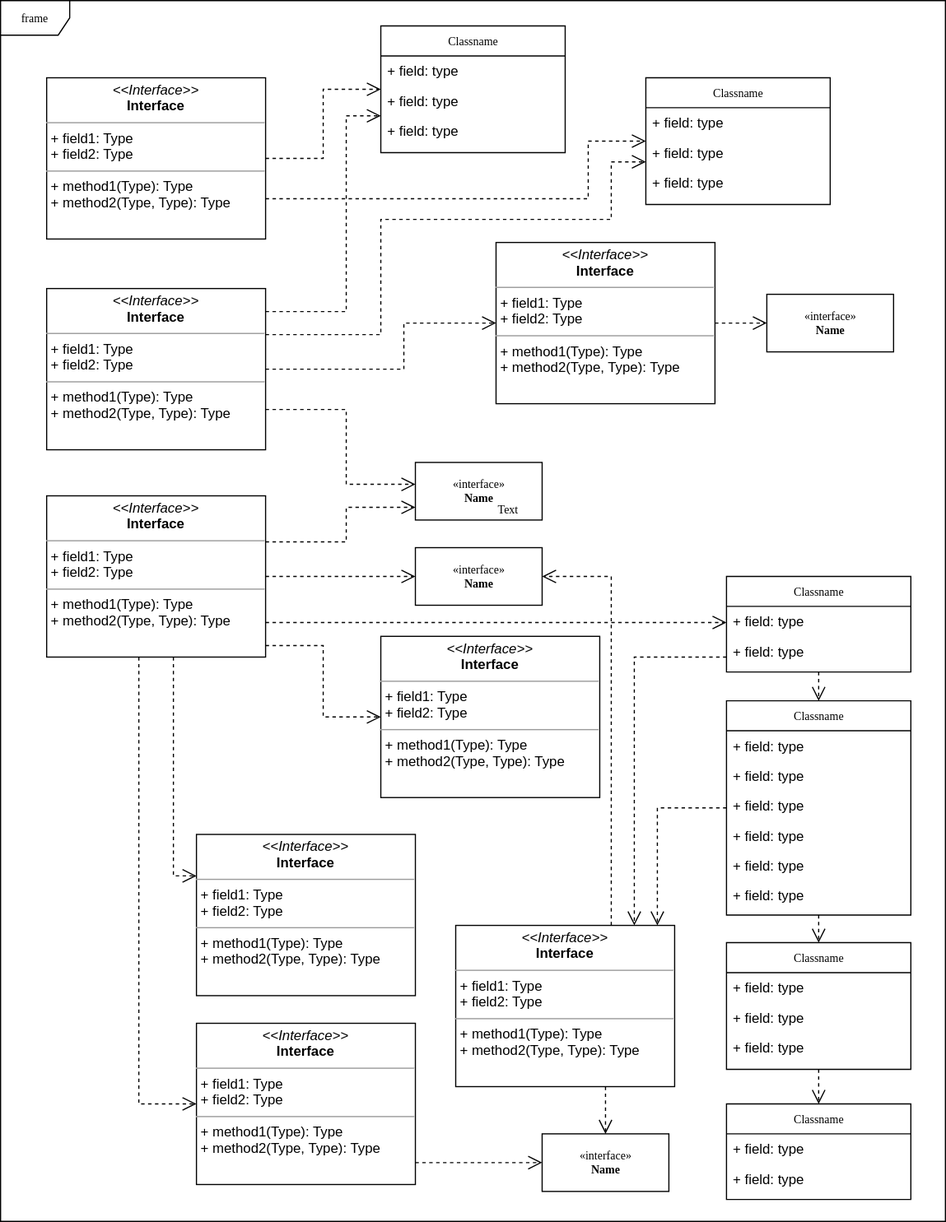
The draw.io diagram Signalkarte.drawio.svg in kk-ari/drawio, before a commit. Source tidied: cells renumbered, new cells last; positions are measured from the earlier drawing's top-left corner, leaving out a move shared by most shapes.
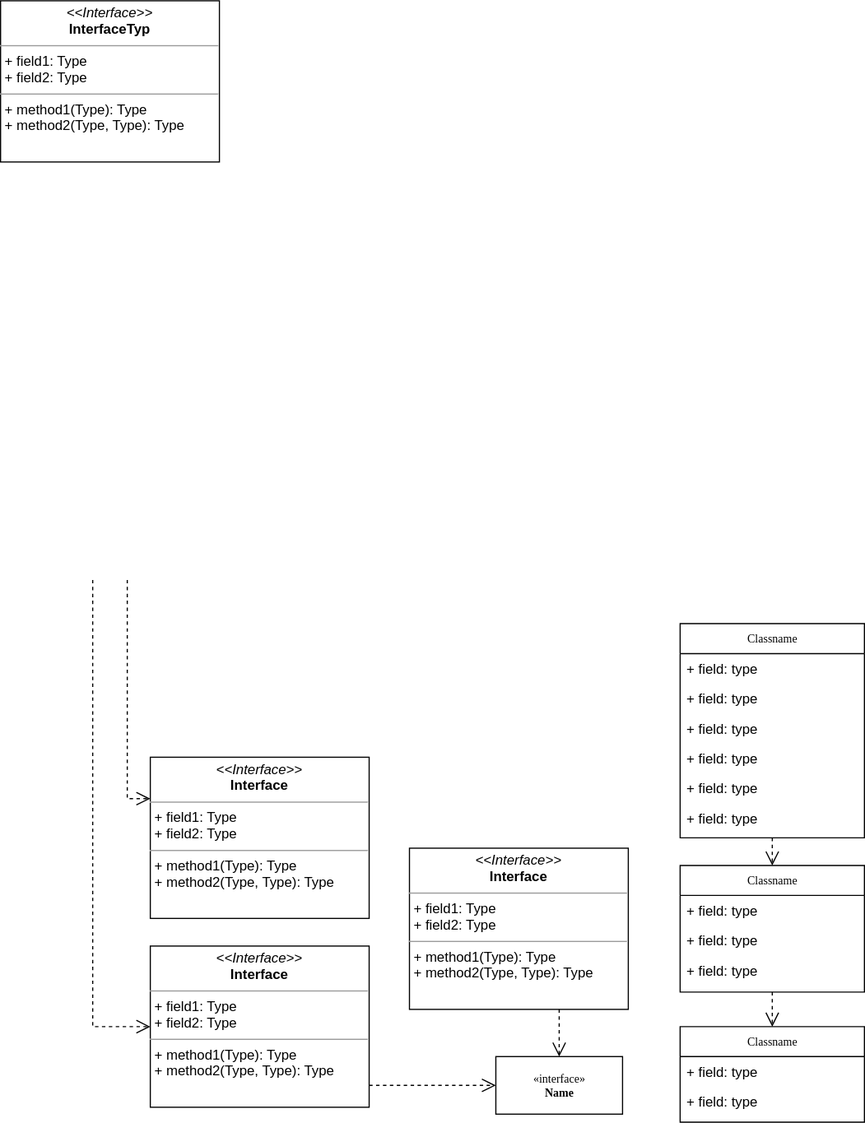
Above is the later version.

Diff of the diagram source:
```diff
@@ -2,16 +2,6 @@
   <root>
     <mxCell id="0" />
     <mxCell id="1" parent="0" />
-    <mxCell id="2" value="frame" style="shape=umlFrame;whiteSpace=wrap;html=1;rounded=0;shadow=0;comic=0;labelBackgroundColor=none;strokeWidth=1;fontFamily=Verdana;fontSize=10;align=center;" parent="1" vertex="1">
-      <mxGeometry width="820" height="1060" as="geometry" />
-    </mxCell>
-    <mxCell id="3" style="edgeStyle=orthogonalEdgeStyle;rounded=0;html=1;dashed=1;labelBackgroundColor=none;startFill=0;endArrow=open;endFill=0;endSize=10;fontFamily=Verdana;fontSize=10;" parent="1" edge="1" source="5" target="35">
-      <mxGeometry relative="1" as="geometry">
-        <Array as="points">
-          <mxPoint x="570" y="701" />
-        </Array>
-      </mxGeometry>
-    </mxCell>
     <mxCell id="4" style="edgeStyle=orthogonalEdgeStyle;rounded=0;html=1;dashed=1;labelBackgroundColor=none;startFill=0;endArrow=open;endFill=0;endSize=10;fontFamily=Verdana;fontSize=10;" parent="1" edge="1" source="5" target="24">
       <mxGeometry relative="1" as="geometry" />
     </mxCell>
@@ -36,30 +26,6 @@
     <mxCell id="11" value="+ field: type" style="text;html=1;strokeColor=none;fillColor=none;align=left;verticalAlign=top;spacingLeft=4;spacingRight=4;whiteSpace=wrap;overflow=hidden;" parent="5" vertex="1">
       <mxGeometry y="156" width="160" height="26" as="geometry" />
     </mxCell>
-    <mxCell id="12" value="Classname" style="swimlane;html=1;fontStyle=0;horizontal=1;startSize=26;fillColor=none;swimlaneFillColor=#ffffff;rounded=0;shadow=0;comic=0;labelBackgroundColor=none;strokeWidth=1;fontFamily=Verdana;fontSize=10;align=center;" parent="1" vertex="1">
-      <mxGeometry x="330" y="22" width="160" height="110" as="geometry" />
-    </mxCell>
-    <mxCell id="13" value="+ field: type" style="text;html=1;strokeColor=none;fillColor=none;align=left;verticalAlign=top;spacingLeft=4;spacingRight=4;whiteSpace=wrap;overflow=hidden;" parent="12" vertex="1">
-      <mxGeometry y="26" width="160" height="26" as="geometry" />
-    </mxCell>
-    <mxCell id="14" value="+ field: type" style="text;html=1;strokeColor=none;fillColor=none;align=left;verticalAlign=top;spacingLeft=4;spacingRight=4;whiteSpace=wrap;overflow=hidden;" parent="12" vertex="1">
-      <mxGeometry y="52" width="160" height="26" as="geometry" />
-    </mxCell>
-    <mxCell id="15" value="+ field: type" style="text;html=1;strokeColor=none;fillColor=none;align=left;verticalAlign=top;spacingLeft=4;spacingRight=4;whiteSpace=wrap;overflow=hidden;" parent="12" vertex="1">
-      <mxGeometry y="78" width="160" height="26" as="geometry" />
-    </mxCell>
-    <mxCell id="16" value="Classname" style="swimlane;html=1;fontStyle=0;horizontal=1;startSize=26;fillColor=none;swimlaneFillColor=#ffffff;rounded=0;shadow=0;comic=0;labelBackgroundColor=none;strokeWidth=1;fontFamily=Verdana;fontSize=10;align=center;" parent="1" vertex="1">
-      <mxGeometry x="560" y="67" width="160" height="110" as="geometry" />
-    </mxCell>
-    <mxCell id="17" value="+ field: type" style="text;html=1;strokeColor=none;fillColor=none;align=left;verticalAlign=top;spacingLeft=4;spacingRight=4;whiteSpace=wrap;overflow=hidden;" parent="16" vertex="1">
-      <mxGeometry y="26" width="160" height="26" as="geometry" />
-    </mxCell>
-    <mxCell id="18" value="+ field: type" style="text;html=1;strokeColor=none;fillColor=none;align=left;verticalAlign=top;spacingLeft=4;spacingRight=4;whiteSpace=wrap;overflow=hidden;" parent="16" vertex="1">
-      <mxGeometry y="52" width="160" height="26" as="geometry" />
-    </mxCell>
-    <mxCell id="19" value="+ field: type" style="text;html=1;strokeColor=none;fillColor=none;align=left;verticalAlign=top;spacingLeft=4;spacingRight=4;whiteSpace=wrap;overflow=hidden;" parent="16" vertex="1">
-      <mxGeometry y="78" width="160" height="26" as="geometry" />
-    </mxCell>
     <mxCell id="20" value="Classname" style="swimlane;html=1;fontStyle=0;horizontal=1;startSize=26;fillColor=none;swimlaneFillColor=#ffffff;rounded=0;shadow=0;comic=0;labelBackgroundColor=none;strokeWidth=1;fontFamily=Verdana;fontSize=10;align=center;" parent="1" vertex="1">
       <mxGeometry x="630" y="958" width="160" height="83" as="geometry" />
     </mxCell>
@@ -84,18 +50,6 @@
     <mxCell id="27" value="+ field: type" style="text;html=1;strokeColor=none;fillColor=none;align=left;verticalAlign=top;spacingLeft=4;spacingRight=4;whiteSpace=wrap;overflow=hidden;" parent="24" vertex="1">
       <mxGeometry y="78" width="160" height="26" as="geometry" />
     </mxCell>
-    <mxCell id="28" style="edgeStyle=orthogonalEdgeStyle;rounded=0;html=1;dashed=1;labelBackgroundColor=none;startFill=0;endArrow=open;endFill=0;endSize=10;fontFamily=Verdana;fontSize=10;" parent="1" edge="1" source="29" target="5">
-      <mxGeometry relative="1" as="geometry" />
-    </mxCell>
-    <mxCell id="29" value="Classname" style="swimlane;html=1;fontStyle=0;horizontal=1;startSize=26;fillColor=none;swimlaneFillColor=#ffffff;rounded=0;shadow=0;comic=0;labelBackgroundColor=none;strokeWidth=1;fontFamily=Verdana;fontSize=10;align=center;" parent="1" vertex="1">
-      <mxGeometry x="630" y="500" width="160" height="83" as="geometry" />
-    </mxCell>
-    <mxCell id="30" value="+ field: type" style="text;html=1;strokeColor=none;fillColor=none;align=left;verticalAlign=top;spacingLeft=4;spacingRight=4;whiteSpace=wrap;overflow=hidden;" parent="29" vertex="1">
-      <mxGeometry y="26" width="160" height="26" as="geometry" />
-    </mxCell>
-    <mxCell id="31" value="+ field: type" style="text;html=1;strokeColor=none;fillColor=none;align=left;verticalAlign=top;spacingLeft=4;spacingRight=4;whiteSpace=wrap;overflow=hidden;" parent="29" vertex="1">
-      <mxGeometry y="52" width="160" height="26" as="geometry" />
-    </mxCell>
     <mxCell id="32" value="&amp;laquo;interface&amp;raquo;&lt;br&gt;&lt;b&gt;Name&lt;/b&gt;" style="html=1;rounded=0;shadow=0;comic=0;labelBackgroundColor=none;strokeWidth=1;fontFamily=Verdana;fontSize=10;align=center;" parent="1" vertex="1">
       <mxGeometry x="470" y="984" width="110" height="50" as="geometry" />
     </mxCell>
@@ -107,19 +61,9 @@
         </Array>
       </mxGeometry>
     </mxCell>
-    <mxCell id="34" style="edgeStyle=orthogonalEdgeStyle;rounded=0;html=1;dashed=1;labelBackgroundColor=none;startFill=0;endArrow=open;endFill=0;endSize=10;fontFamily=Verdana;fontSize=10;" parent="1" edge="1" source="35" target="40">
-      <mxGeometry relative="1" as="geometry">
-        <Array as="points">
-          <mxPoint x="530" y="500" />
-        </Array>
-      </mxGeometry>
-    </mxCell>
     <mxCell id="35" value="&lt;p style=&quot;margin:0px;margin-top:4px;text-align:center;&quot;&gt;&lt;i&gt;&amp;lt;&amp;lt;Interface&amp;gt;&amp;gt;&lt;/i&gt;&lt;br/&gt;&lt;b&gt;Interface&lt;/b&gt;&lt;/p&gt;&lt;hr size=&quot;1&quot;/&gt;&lt;p style=&quot;margin:0px;margin-left:4px;&quot;&gt;+ field1: Type&lt;br/&gt;+ field2: Type&lt;/p&gt;&lt;hr size=&quot;1&quot;/&gt;&lt;p style=&quot;margin:0px;margin-left:4px;&quot;&gt;+ method1(Type): Type&lt;br/&gt;+ method2(Type, Type): Type&lt;/p&gt;" style="verticalAlign=top;align=left;overflow=fill;fontSize=12;fontFamily=Helvetica;html=1;rounded=0;shadow=0;comic=0;labelBackgroundColor=none;strokeWidth=1;" parent="1" vertex="1">
       <mxGeometry x="395" y="803" width="190" height="140" as="geometry" />
     </mxCell>
-    <mxCell id="36" value="&lt;p style=&quot;margin:0px;margin-top:4px;text-align:center;&quot;&gt;&lt;i&gt;&amp;lt;&amp;lt;Interface&amp;gt;&amp;gt;&lt;/i&gt;&lt;br/&gt;&lt;b&gt;Interface&lt;/b&gt;&lt;/p&gt;&lt;hr size=&quot;1&quot;/&gt;&lt;p style=&quot;margin:0px;margin-left:4px;&quot;&gt;+ field1: Type&lt;br/&gt;+ field2: Type&lt;/p&gt;&lt;hr size=&quot;1&quot;/&gt;&lt;p style=&quot;margin:0px;margin-left:4px;&quot;&gt;+ method1(Type): Type&lt;br/&gt;+ method2(Type, Type): Type&lt;/p&gt;" style="verticalAlign=top;align=left;overflow=fill;fontSize=12;fontFamily=Helvetica;html=1;rounded=0;shadow=0;comic=0;labelBackgroundColor=none;strokeWidth=1;" parent="1" vertex="1">
-      <mxGeometry x="330" y="552" width="190" height="140" as="geometry" />
-    </mxCell>
     <mxCell id="37" style="edgeStyle=orthogonalEdgeStyle;rounded=0;html=1;dashed=1;labelBackgroundColor=none;startFill=0;endArrow=open;endFill=0;endSize=10;fontFamily=Verdana;fontSize=10;" parent="1" edge="1" source="38" target="32">
       <mxGeometry relative="1" as="geometry">
         <Array as="points">
@@ -134,125 +78,24 @@
     <mxCell id="39" value="&lt;p style=&quot;margin:0px;margin-top:4px;text-align:center;&quot;&gt;&lt;i&gt;&amp;lt;&amp;lt;Interface&amp;gt;&amp;gt;&lt;/i&gt;&lt;br/&gt;&lt;b&gt;Interface&lt;/b&gt;&lt;/p&gt;&lt;hr size=&quot;1&quot;/&gt;&lt;p style=&quot;margin:0px;margin-left:4px;&quot;&gt;+ field1: Type&lt;br/&gt;+ field2: Type&lt;/p&gt;&lt;hr size=&quot;1&quot;/&gt;&lt;p style=&quot;margin:0px;margin-left:4px;&quot;&gt;+ method1(Type): Type&lt;br/&gt;+ method2(Type, Type): Type&lt;/p&gt;" style="verticalAlign=top;align=left;overflow=fill;fontSize=12;fontFamily=Helvetica;html=1;rounded=0;shadow=0;comic=0;labelBackgroundColor=none;strokeWidth=1;" parent="1" vertex="1">
       <mxGeometry x="170" y="724" width="190" height="140" as="geometry" />
     </mxCell>
-    <mxCell id="40" value="&amp;laquo;interface&amp;raquo;&lt;br&gt;&lt;b&gt;Name&lt;/b&gt;" style="html=1;rounded=0;shadow=0;comic=0;labelBackgroundColor=none;strokeWidth=1;fontFamily=Verdana;fontSize=10;align=center;" parent="1" vertex="1">
-      <mxGeometry x="360" y="475" width="110" height="50" as="geometry" />
-    </mxCell>
-    <mxCell id="41" value="&amp;laquo;interface&amp;raquo;&lt;br&gt;&lt;b&gt;Name&lt;/b&gt;" style="html=1;rounded=0;shadow=0;comic=0;labelBackgroundColor=none;strokeWidth=1;fontFamily=Verdana;fontSize=10;align=center;" parent="1" vertex="1">
-      <mxGeometry x="360" y="401" width="110" height="50" as="geometry" />
-    </mxCell>
-    <mxCell id="42" style="edgeStyle=orthogonalEdgeStyle;rounded=0;html=1;dashed=1;labelBackgroundColor=none;startFill=0;endArrow=open;endFill=0;endSize=10;fontFamily=Verdana;fontSize=10;" parent="1" edge="1" source="43" target="45">
-      <mxGeometry relative="1" as="geometry" />
-    </mxCell>
-    <mxCell id="43" value="&lt;p style=&quot;margin:0px;margin-top:4px;text-align:center;&quot;&gt;&lt;i&gt;&amp;lt;&amp;lt;Interface&amp;gt;&amp;gt;&lt;/i&gt;&lt;br/&gt;&lt;b&gt;Interface&lt;/b&gt;&lt;/p&gt;&lt;hr size=&quot;1&quot;/&gt;&lt;p style=&quot;margin:0px;margin-left:4px;&quot;&gt;+ field1: Type&lt;br/&gt;+ field2: Type&lt;/p&gt;&lt;hr size=&quot;1&quot;/&gt;&lt;p style=&quot;margin:0px;margin-left:4px;&quot;&gt;+ method1(Type): Type&lt;br/&gt;+ method2(Type, Type): Type&lt;/p&gt;" style="verticalAlign=top;align=left;overflow=fill;fontSize=12;fontFamily=Helvetica;html=1;rounded=0;shadow=0;comic=0;labelBackgroundColor=none;strokeWidth=1;" parent="1" vertex="1">
-      <mxGeometry x="430" y="210" width="190" height="140" as="geometry" />
-    </mxCell>
-    <mxCell id="44" value="Text" style="text;html=1;align=left;verticalAlign=top;spacingTop=-4;fontSize=10;fontFamily=Verdana;fontColor=#000000;" parent="1" vertex="1">
-      <mxGeometry x="430" y="434" width="40" height="10" as="geometry" />
-    </mxCell>
-    <mxCell id="45" value="&amp;laquo;interface&amp;raquo;&lt;br&gt;&lt;b&gt;Name&lt;/b&gt;" style="html=1;rounded=0;shadow=0;comic=0;labelBackgroundColor=none;strokeWidth=1;fontFamily=Verdana;fontSize=10;align=center;" parent="1" vertex="1">
-      <mxGeometry x="665" y="255" width="110" height="50" as="geometry" />
-    </mxCell>
-    <mxCell id="46" style="edgeStyle=orthogonalEdgeStyle;rounded=0;html=1;labelBackgroundColor=none;startFill=0;endArrow=open;endFill=0;endSize=10;fontFamily=Verdana;fontSize=10;dashed=1;" parent="1" edge="1" source="48" target="12">
-      <mxGeometry relative="1" as="geometry" />
-    </mxCell>
-    <mxCell id="47" style="edgeStyle=orthogonalEdgeStyle;rounded=0;html=1;exitX=1;exitY=0.75;dashed=1;labelBackgroundColor=none;startFill=0;endArrow=open;endFill=0;endSize=10;fontFamily=Verdana;fontSize=10;" parent="1" edge="1" source="48" target="16">
-      <mxGeometry relative="1" as="geometry">
-        <Array as="points">
-          <mxPoint x="510" y="172" />
-          <mxPoint x="510" y="122" />
-        </Array>
-      </mxGeometry>
-    </mxCell>
-    <mxCell id="48" value="&lt;p style=&quot;margin:0px;margin-top:4px;text-align:center;&quot;&gt;&lt;i&gt;&amp;lt;&amp;lt;Interface&amp;gt;&amp;gt;&lt;/i&gt;&lt;br/&gt;&lt;b&gt;Interface&lt;/b&gt;&lt;/p&gt;&lt;hr size=&quot;1&quot;/&gt;&lt;p style=&quot;margin:0px;margin-left:4px;&quot;&gt;+ field1: Type&lt;br/&gt;+ field2: Type&lt;/p&gt;&lt;hr size=&quot;1&quot;/&gt;&lt;p style=&quot;margin:0px;margin-left:4px;&quot;&gt;+ method1(Type): Type&lt;br/&gt;+ method2(Type, Type): Type&lt;/p&gt;" style="verticalAlign=top;align=left;overflow=fill;fontSize=12;fontFamily=Helvetica;html=1;rounded=0;shadow=0;comic=0;labelBackgroundColor=none;strokeWidth=1;" parent="1" vertex="1">
+    <mxCell id="48" value="&lt;p style=&quot;margin:0px;margin-top:4px;text-align:center;&quot;&gt;&lt;i&gt;&amp;lt;&amp;lt;Interface&amp;gt;&amp;gt;&lt;/i&gt;&lt;br&gt;&lt;b&gt;InterfaceTyp&lt;/b&gt;&lt;/p&gt;&lt;hr size=&quot;1&quot;&gt;&lt;p style=&quot;margin:0px;margin-left:4px;&quot;&gt;+ field1: Type&lt;br&gt;+ field2: Type&lt;/p&gt;&lt;hr size=&quot;1&quot;&gt;&lt;p style=&quot;margin:0px;margin-left:4px;&quot;&gt;+ method1(Type): Type&lt;br&gt;+ method2(Type, Type): Type&lt;/p&gt;" style="verticalAlign=top;align=left;overflow=fill;fontSize=12;fontFamily=Helvetica;html=1;rounded=0;shadow=0;comic=0;labelBackgroundColor=none;strokeWidth=1;" parent="1" vertex="1">
       <mxGeometry x="40" y="67" width="190" height="140" as="geometry" />
     </mxCell>
-    <mxCell id="49" style="edgeStyle=orthogonalEdgeStyle;rounded=0;html=1;dashed=1;labelBackgroundColor=none;startFill=0;endArrow=open;endFill=0;endSize=10;fontFamily=Verdana;fontSize=10;" parent="1" edge="1" source="53" target="12">
-      <mxGeometry relative="1" as="geometry">
-        <Array as="points">
-          <mxPoint x="300" y="270" />
-          <mxPoint x="300" y="100" />
-        </Array>
-      </mxGeometry>
-    </mxCell>
-    <mxCell id="50" style="edgeStyle=orthogonalEdgeStyle;rounded=0;html=1;dashed=1;labelBackgroundColor=none;startFill=0;endArrow=open;endFill=0;endSize=10;fontFamily=Verdana;fontSize=10;" parent="1" edge="1" source="53" target="16">
-      <mxGeometry relative="1" as="geometry">
-        <Array as="points">
-          <mxPoint x="330" y="290" />
-          <mxPoint x="330" y="190" />
-          <mxPoint x="530" y="190" />
-          <mxPoint x="530" y="140" />
-        </Array>
-      </mxGeometry>
-    </mxCell>
-    <mxCell id="51" style="edgeStyle=orthogonalEdgeStyle;rounded=0;html=1;dashed=1;labelBackgroundColor=none;startFill=0;endArrow=open;endFill=0;endSize=10;fontFamily=Verdana;fontSize=10;" parent="1" edge="1" source="53" target="43">
-      <mxGeometry relative="1" as="geometry">
-        <Array as="points">
-          <mxPoint x="350" y="320" />
-          <mxPoint x="350" y="280" />
-        </Array>
-      </mxGeometry>
-    </mxCell>
-    <mxCell id="52" style="edgeStyle=orthogonalEdgeStyle;rounded=0;html=1;exitX=1;exitY=0.75;dashed=1;labelBackgroundColor=none;startFill=0;endArrow=open;endFill=0;endSize=10;fontFamily=Verdana;fontSize=10;" parent="1" edge="1" source="53" target="41">
-      <mxGeometry relative="1" as="geometry">
-        <Array as="points">
-          <mxPoint x="300" y="355" />
-          <mxPoint x="300" y="420" />
-        </Array>
-      </mxGeometry>
-    </mxCell>
-    <mxCell id="53" value="&lt;p style=&quot;margin:0px;margin-top:4px;text-align:center;&quot;&gt;&lt;i&gt;&amp;lt;&amp;lt;Interface&amp;gt;&amp;gt;&lt;/i&gt;&lt;br/&gt;&lt;b&gt;Interface&lt;/b&gt;&lt;/p&gt;&lt;hr size=&quot;1&quot;/&gt;&lt;p style=&quot;margin:0px;margin-left:4px;&quot;&gt;+ field1: Type&lt;br/&gt;+ field2: Type&lt;/p&gt;&lt;hr size=&quot;1&quot;/&gt;&lt;p style=&quot;margin:0px;margin-left:4px;&quot;&gt;+ method1(Type): Type&lt;br/&gt;+ method2(Type, Type): Type&lt;/p&gt;" style="verticalAlign=top;align=left;overflow=fill;fontSize=12;fontFamily=Helvetica;html=1;rounded=0;shadow=0;comic=0;labelBackgroundColor=none;strokeWidth=1;" parent="1" vertex="1">
-      <mxGeometry x="40" y="250" width="190" height="140" as="geometry" />
-    </mxCell>
-    <mxCell id="54" style="edgeStyle=orthogonalEdgeStyle;rounded=0;html=1;dashed=1;labelBackgroundColor=none;startFill=0;endArrow=open;endFill=0;endSize=10;fontFamily=Verdana;fontSize=10;" parent="1" edge="1" source="60" target="41">
-      <mxGeometry relative="1" as="geometry">
-        <Array as="points">
-          <mxPoint x="300" y="470" />
-          <mxPoint x="300" y="440" />
-        </Array>
-      </mxGeometry>
-    </mxCell>
-    <mxCell id="55" style="edgeStyle=orthogonalEdgeStyle;rounded=0;html=1;dashed=1;labelBackgroundColor=none;startFill=0;endArrow=open;endFill=0;endSize=10;fontFamily=Verdana;fontSize=10;" parent="1" edge="1" source="60" target="40">
-      <mxGeometry relative="1" as="geometry" />
-    </mxCell>
-    <mxCell id="56" style="edgeStyle=orthogonalEdgeStyle;rounded=0;html=1;dashed=1;labelBackgroundColor=none;startFill=0;endArrow=open;endFill=0;endSize=10;fontFamily=Verdana;fontSize=10;" parent="1" edge="1" source="60" target="36">
-      <mxGeometry relative="1" as="geometry">
-        <Array as="points">
-          <mxPoint x="280" y="560" />
-          <mxPoint x="280" y="622" />
-        </Array>
-      </mxGeometry>
-    </mxCell>
-    <mxCell id="57" style="edgeStyle=orthogonalEdgeStyle;rounded=0;html=1;dashed=1;labelBackgroundColor=none;startFill=0;endArrow=open;endFill=0;endSize=10;fontFamily=Verdana;fontSize=10;" parent="1" edge="1" source="60" target="29">
-      <mxGeometry relative="1" as="geometry">
-        <Array as="points">
-          <mxPoint x="330" y="540" />
-          <mxPoint x="330" y="540" />
-        </Array>
-      </mxGeometry>
-    </mxCell>
-    <mxCell id="58" style="edgeStyle=orthogonalEdgeStyle;rounded=0;html=1;dashed=1;labelBackgroundColor=none;startFill=0;endArrow=open;endFill=0;endSize=10;fontFamily=Verdana;fontSize=10;" parent="1" edge="1" source="60" target="39">
+    <mxCell id="58" style="edgeStyle=orthogonalEdgeStyle;rounded=0;html=1;dashed=1;labelBackgroundColor=none;startFill=0;endArrow=open;endFill=0;endSize=10;fontFamily=Verdana;fontSize=10;" parent="1" edge="1" target="39">
       <mxGeometry relative="1" as="geometry">
+        <mxPoint x="150" y="570" as="sourcePoint" />
         <Array as="points">
           <mxPoint x="150" y="760" />
         </Array>
       </mxGeometry>
     </mxCell>
-    <mxCell id="59" style="edgeStyle=orthogonalEdgeStyle;rounded=0;html=1;dashed=1;labelBackgroundColor=none;startFill=0;endArrow=open;endFill=0;endSize=10;fontFamily=Verdana;fontSize=10;" parent="1" edge="1" source="60" target="38">
+    <mxCell id="59" style="edgeStyle=orthogonalEdgeStyle;rounded=0;html=1;dashed=1;labelBackgroundColor=none;startFill=0;endArrow=open;endFill=0;endSize=10;fontFamily=Verdana;fontSize=10;" parent="1" edge="1" target="38">
       <mxGeometry relative="1" as="geometry">
+        <mxPoint x="120" y="570" as="sourcePoint" />
         <Array as="points">
           <mxPoint x="120" y="958" />
         </Array>
       </mxGeometry>
     </mxCell>
-    <mxCell id="60" value="&lt;p style=&quot;margin:0px;margin-top:4px;text-align:center;&quot;&gt;&lt;i&gt;&amp;lt;&amp;lt;Interface&amp;gt;&amp;gt;&lt;/i&gt;&lt;br/&gt;&lt;b&gt;Interface&lt;/b&gt;&lt;/p&gt;&lt;hr size=&quot;1&quot;/&gt;&lt;p style=&quot;margin:0px;margin-left:4px;&quot;&gt;+ field1: Type&lt;br/&gt;+ field2: Type&lt;/p&gt;&lt;hr size=&quot;1&quot;/&gt;&lt;p style=&quot;margin:0px;margin-left:4px;&quot;&gt;+ method1(Type): Type&lt;br/&gt;+ method2(Type, Type): Type&lt;/p&gt;" style="verticalAlign=top;align=left;overflow=fill;fontSize=12;fontFamily=Helvetica;html=1;rounded=0;shadow=0;comic=0;labelBackgroundColor=none;strokeWidth=1;" parent="1" vertex="1">
-      <mxGeometry x="40" y="430" width="190" height="140" as="geometry" />
-    </mxCell>
-    <mxCell id="61" style="edgeStyle=orthogonalEdgeStyle;rounded=0;html=1;dashed=1;labelBackgroundColor=none;startFill=0;endArrow=open;endFill=0;endSize=10;fontFamily=Verdana;fontSize=10;" parent="1" edge="1" source="29" target="35">
-      <mxGeometry relative="1" as="geometry">
-        <Array as="points">
-          <mxPoint x="550" y="570" />
-        </Array>
-      </mxGeometry>
-    </mxCell>
   </root>
 </mxGraphModel>
```
